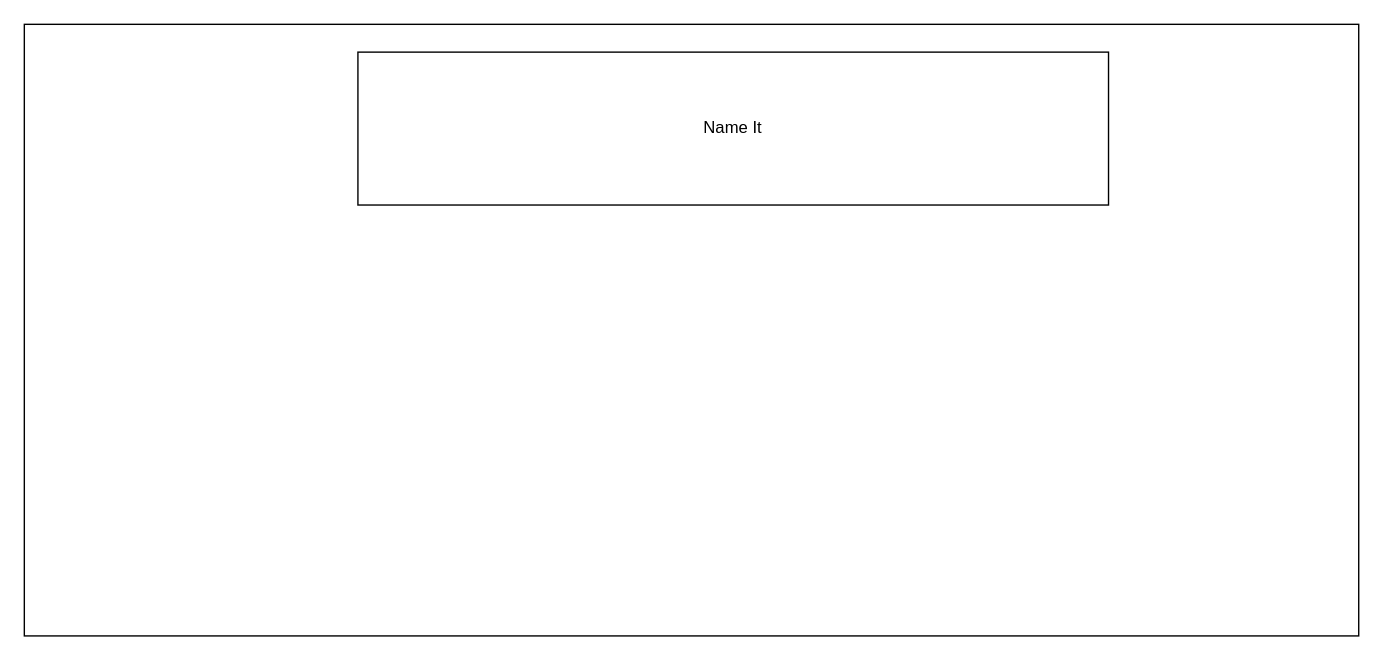
Earlier version of the draw.io diagram HW/Untitled Diagram.drawio (hey-aubs/GA-Aubrey). Source tidied: cells renumbered, new cells numbered last; positions are measured from the earlier drawing's top-left corner, leaving out a move shared by most shapes. Both pictures are drawn from the tidied source at 139%, with x=0, y=0 at pixel (24, 24).
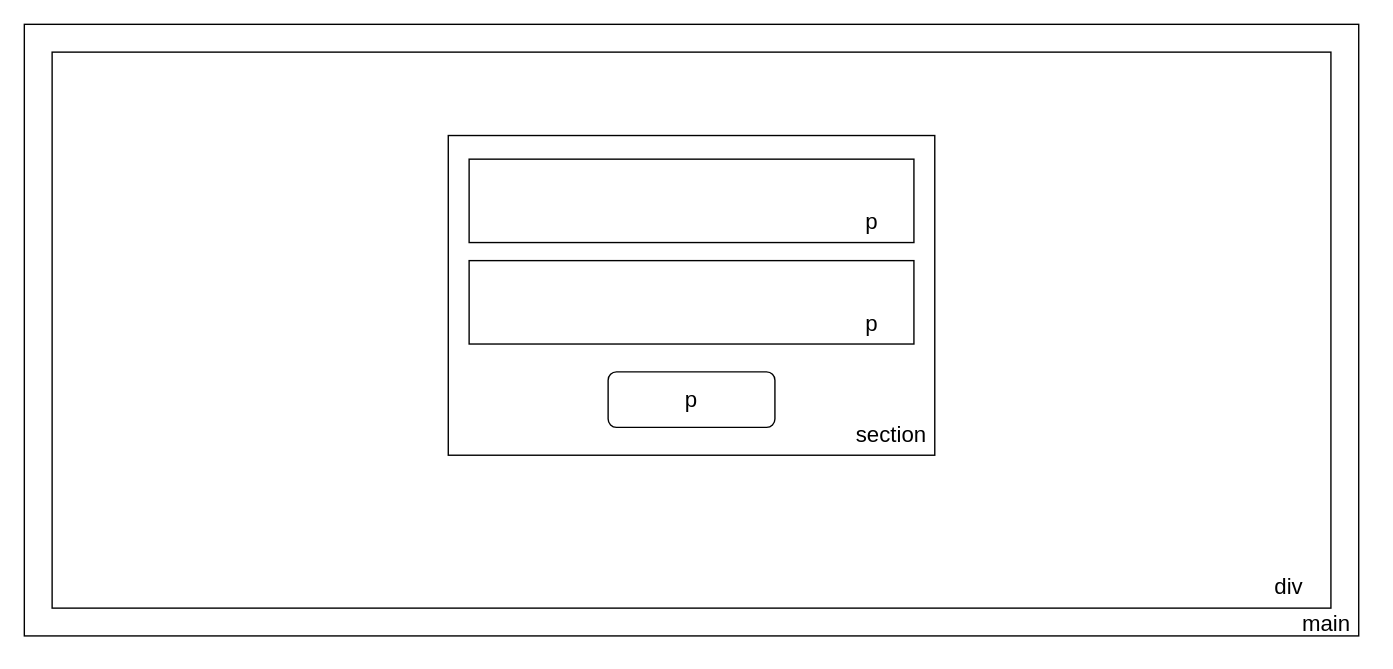
The same page after the edit.

The edit, as a diff of the source:
```diff
@@
 <mxGraphModel>
   <root>
     <mxCell id="0" />
     <mxCell id="1" parent="0" />
     <mxCell id="2" style="rounded=0;whiteSpace=wrap;html=1;" parent="1" vertex="1">
       <mxGeometry width="960" height="440" as="geometry" />
     </mxCell>
-    <mxCell id="3" value="Name It" style="rounded=0;whiteSpace=wrap;html=1;" parent="1" vertex="1">
-      <mxGeometry x="240" y="20" width="540" height="110" as="geometry" />
-    </mxCell>
+    <mxCell id="4" style="rounded=0;whiteSpace=wrap;html=1;fontSize=18;strokeColor=#000000;strokeWidth=1;fillColor=none;gradientColor=none;" parent="1" vertex="1">
+      <mxGeometry x="20" y="20" width="920" height="400" as="geometry" />
+    </mxCell>
+    <mxCell id="5" style="rounded=0;whiteSpace=wrap;html=1;fontSize=18;strokeColor=#000000;strokeWidth=1;fillColor=none;gradientColor=none;" parent="1" vertex="1">
+      <mxGeometry x="305" y="80" width="350" height="230" as="geometry" />
+    </mxCell>
+    <mxCell id="6" value="main" style="text;html=1;strokeColor=none;fillColor=none;align=center;verticalAlign=middle;whiteSpace=wrap;rounded=0;fontSize=16;" parent="1" vertex="1">
+      <mxGeometry x="907" y="416" width="60" height="30" as="geometry" />
+    </mxCell>
+    <mxCell id="7" value="div" style="text;html=1;strokeColor=none;fillColor=none;align=center;verticalAlign=middle;whiteSpace=wrap;rounded=0;fontSize=16;" parent="1" vertex="1">
+      <mxGeometry x="880" y="389" width="60" height="30" as="geometry" />
+    </mxCell>
+    <mxCell id="8" value="section" style="text;html=1;strokeColor=none;fillColor=none;align=center;verticalAlign=middle;whiteSpace=wrap;rounded=0;fontSize=16;" parent="1" vertex="1">
+      <mxGeometry x="594" y="280" width="60" height="30" as="geometry" />
+    </mxCell>
+    <mxCell id="9" style="rounded=0;whiteSpace=wrap;html=1;fontSize=18;strokeColor=#000000;strokeWidth=1;fillColor=none;gradientColor=none;" parent="1" vertex="1">
+      <mxGeometry x="320" y="97" width="320" height="60" as="geometry" />
+    </mxCell>
+    <mxCell id="10" style="rounded=0;whiteSpace=wrap;html=1;fontSize=18;strokeColor=#000000;strokeWidth=1;fillColor=none;gradientColor=none;" parent="1" vertex="1">
+      <mxGeometry x="320" y="170" width="320" height="60" as="geometry" />
+    </mxCell>
+    <mxCell id="11" style="rounded=1;whiteSpace=wrap;html=1;fontSize=16;strokeColor=#000000;strokeWidth=1;fillColor=none;gradientColor=none;" parent="1" vertex="1">
+      <mxGeometry x="420" y="250" width="120" height="40" as="geometry" />
+    </mxCell>
+    <mxCell id="12" value="p" style="text;html=1;strokeColor=none;fillColor=none;align=center;verticalAlign=middle;whiteSpace=wrap;rounded=0;fontSize=16;" parent="1" vertex="1">
+      <mxGeometry x="580" y="127" width="60" height="30" as="geometry" />
+    </mxCell>
+    <mxCell id="13" value="p" style="text;html=1;strokeColor=none;fillColor=none;align=center;verticalAlign=middle;whiteSpace=wrap;rounded=0;fontSize=16;" parent="1" vertex="1">
+      <mxGeometry x="580" y="200" width="60" height="30" as="geometry" />
+    </mxCell>
+    <mxCell id="14" value="p" style="text;html=1;strokeColor=none;fillColor=none;align=center;verticalAlign=middle;whiteSpace=wrap;rounded=0;fontSize=16;" parent="1" vertex="1">
+      <mxGeometry x="450" y="255" width="60" height="30" as="geometry" />
+    </mxCell>
   </root>
 </mxGraphModel>
```
